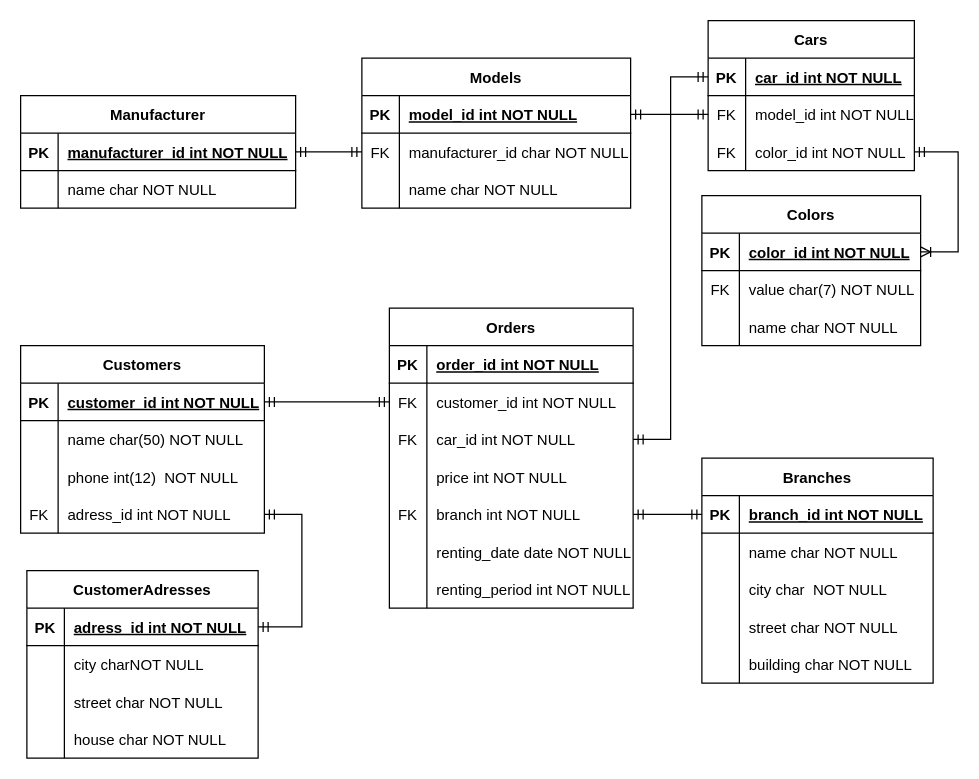
The draw.io diagram 03_databeses/12_er_diagram/DB_ER.drawio in Eretick/Nix_Education_Python_Stadnik, before the edit. Source tidied: cells renumbered, new cells numbered last; positions are measured from the earlier drawing's top-left corner, leaving out a move shared by most shapes. Both pictures are drawn from the tidied source at 125%, with x=0, y=0 at pixel (20, 20).
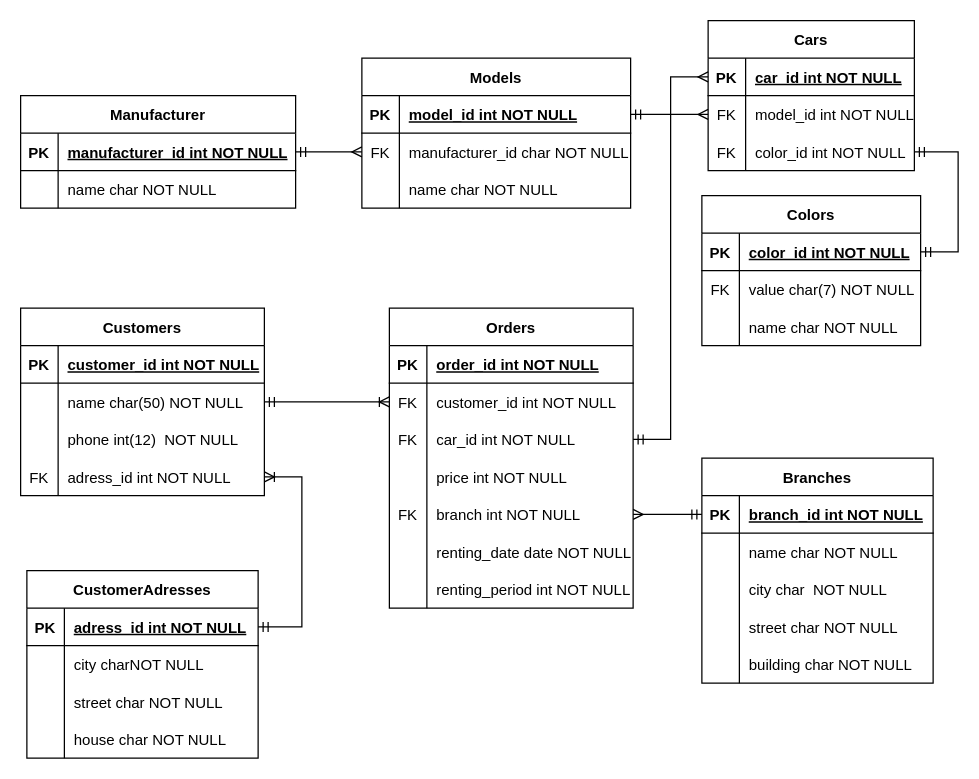
The same page after the edit.

Commit message:
Fix diagram relations

The change refers to these unchanged cells:
```xml
<mxCell id="6" style="shape=partialRectangle;fillColor=none;points=[[0,0.5],[1,0.5]];portConstraint=eastwest;top=0;left=0;right=0;bottom=0;" parent="2" vertex="1">
  <mxGeometry y="60" width="195" height="30" as="geometry" />
</mxCell>
<mxCell id="9" style="shape=partialRectangle;fillColor=none;points=[[0,0.5],[1,0.5]];portConstraint=eastwest;top=0;left=0;right=0;bottom=0;" parent="2" vertex="1">
  <mxGeometry y="90" width="195" height="30" as="geometry" />
</mxCell>
<mxCell id="15" style="shape=partialRectangle;fillColor=none;points=[[0,0.5],[1,0.5]];portConstraint=eastwest;top=0;left=0;right=0;bottom=0;" parent="2" vertex="1">
  <mxGeometry y="150" width="195" height="30" as="geometry" />
</mxCell>
<mxCell id="25" style="shape=partialRectangle;fillColor=none;points=[[0,0.5],[1,0.5]];portConstraint=eastwest;top=0;left=0;right=0;bottom=1;" parent="24" vertex="1">
  <mxGeometry y="30" width="165" height="30" as="geometry" />
</mxCell>
<mxCell id="28" style="shape=partialRectangle;fillColor=none;points=[[0,0.5],[1,0.5]];portConstraint=eastwest;top=0;left=0;right=0;bottom=0;" parent="24" vertex="1">
  <mxGeometry y="60" width="165" height="30" as="geometry" />
</mxCell>
<mxCell id="31" style="shape=partialRectangle;fillColor=none;points=[[0,0.5],[1,0.5]];portConstraint=eastwest;top=0;left=0;right=0;bottom=0;" parent="24" vertex="1">
  <mxGeometry y="90" width="165" height="30" as="geometry" />
</mxCell>
<mxCell id="35" style="shape=partialRectangle;fillColor=none;points=[[0,0.5],[1,0.5]];portConstraint=eastwest;top=0;left=0;right=0;bottom=1;" parent="34" vertex="1">
  <mxGeometry y="30" width="195" height="30" as="geometry" />
</mxCell>
<mxCell id="44" style="shape=partialRectangle;fillColor=none;points=[[0,0.5],[1,0.5]];portConstraint=eastwest;top=0;left=0;right=0;bottom=0;" parent="34" vertex="1">
  <mxGeometry y="120" width="195" height="30" as="geometry" />
</mxCell>
<mxCell id="48" style="shape=partialRectangle;fillColor=none;points=[[0,0.5],[1,0.5]];portConstraint=eastwest;top=0;left=0;right=0;bottom=1;" parent="47" vertex="1">
  <mxGeometry y="30" width="185" height="30" as="geometry" />
</mxCell>
<mxCell id="64" style="shape=partialRectangle;fillColor=none;points=[[0,0.5],[1,0.5]];portConstraint=eastwest;top=0;left=0;right=0;bottom=1;" parent="63" vertex="1">
  <mxGeometry y="30" width="185" height="30" as="geometry" />
</mxCell>
<mxCell id="77" style="shape=partialRectangle;fillColor=none;points=[[0,0.5],[1,0.5]];portConstraint=eastwest;top=0;left=0;right=0;bottom=1;" parent="76" vertex="1">
  <mxGeometry y="30" width="175" height="30" as="geometry" />
</mxCell>
<mxCell id="87" style="shape=partialRectangle;fillColor=none;points=[[0,0.5],[1,0.5]];portConstraint=eastwest;top=0;left=0;right=0;bottom=1;" parent="86" vertex="1">
  <mxGeometry y="30" width="215" height="30" as="geometry" />
</mxCell>
<mxCell id="90" style="shape=partialRectangle;fillColor=none;points=[[0,0.5],[1,0.5]];portConstraint=eastwest;top=0;left=0;right=0;bottom=0;" parent="86" vertex="1">
  <mxGeometry y="60" width="215" height="30" as="geometry" />
</mxCell>
<mxCell id="97" style="shape=partialRectangle;fillColor=none;points=[[0,0.5],[1,0.5]];portConstraint=eastwest;top=0;left=0;right=0;bottom=1;" parent="96" vertex="1">
  <mxGeometry y="30" width="220" height="30" as="geometry" />
</mxCell>
```

Change to the diagram source:
```diff
@@
-<mxGraphModel background="#ffffff">
+<mxGraphModel>
@@
     <mxCell id="34" value="Customers" style="shape=table;startSize=30;childLayout=tableLayout;rowLines=0;fontStyle=1;align=center;" parent="1" vertex="1">
-      <mxGeometry y="260" width="195" height="150" as="geometry" />
+      <mxGeometry y="230" width="195" height="150" as="geometry" />
     </mxCell>
@@
-    <mxCell id="103" style="edgeStyle=entityRelationEdgeStyle;fontSize=12;html=1;endArrow=ERoneToMany;startArrow=ERmandOne;rounded=0;" parent="1" edge="1" source="31" target="77">
+    <mxCell id="103" style="edgeStyle=entityRelationEdgeStyle;fontSize=12;html=1;endArrow=ERmandOne;startArrow=ERmandOne;rounded=0;endFill=0;" parent="1" edge="1" source="31" target="77">
       <mxGeometry relative="1" as="geometry" />
     </mxCell>
-    <mxCell id="104" style="edgeStyle=entityRelationEdgeStyle;fontSize=12;html=1;endArrow=ERmandOne;startArrow=ERmandOne;rounded=0;" parent="1" edge="1" source="97" target="90">
+    <mxCell id="104" style="edgeStyle=entityRelationEdgeStyle;fontSize=12;html=1;endArrow=ERmany;startArrow=ERmandOne;rounded=0;endFill=0;" parent="1" edge="1" source="97" target="90">
       <mxGeometry relative="1" as="geometry" />
     </mxCell>
-    <mxCell id="105" style="edgeStyle=entityRelationEdgeStyle;fontSize=12;html=1;endArrow=ERmandOne;startArrow=ERmandOne;rounded=0;" parent="1" edge="1" source="87" target="28">
-      <mxGeometry relative="1" as="geometry" />
-    </mxCell>
-    <mxCell id="106" style="edgeStyle=entityRelationEdgeStyle;fontSize=12;html=1;endArrow=ERmandOne;startArrow=ERmandOne;rounded=0;" parent="1" edge="1" source="25" target="9">
+    <mxCell id="106" style="edgeStyle=entityRelationEdgeStyle;fontSize=12;html=1;endArrow=ERmany;startArrow=ERmandOne;rounded=0;endFill=0;" parent="1" edge="1" source="9" target="25">
       <mxGeometry relative="1" as="geometry" />
     </mxCell>
-    <mxCell id="107" style="edgeStyle=entityRelationEdgeStyle;fontSize=12;html=1;endArrow=ERmandOne;startArrow=ERmandOne;rounded=0;" parent="1" edge="1" source="48" target="15">
+    <mxCell id="107" style="edgeStyle=entityRelationEdgeStyle;fontSize=12;html=1;endArrow=ERmany;startArrow=ERmandOne;rounded=0;endFill=0;" parent="1" edge="1" source="48" target="15">
       <mxGeometry relative="1" as="geometry" />
     </mxCell>
-    <mxCell id="108" style="edgeStyle=entityRelationEdgeStyle;fontSize=12;html=1;endArrow=ERmandOne;startArrow=ERmandOne;rounded=0;" parent="1" edge="1" source="6" target="35">
+    <mxCell id="108" style="edgeStyle=entityRelationEdgeStyle;fontSize=12;html=1;endArrow=ERoneToMany;startArrow=ERmandOne;rounded=0;endFill=0;" parent="1" edge="1" source="34" target="6">
       <mxGeometry relative="1" as="geometry" />
     </mxCell>
-    <mxCell id="109" style="edgeStyle=entityRelationEdgeStyle;fontSize=12;html=1;endArrow=ERmandOne;startArrow=ERmandOne;rounded=0;" parent="1" edge="1" source="64" target="44">
+    <mxCell id="109" style="edgeStyle=entityRelationEdgeStyle;fontSize=12;html=1;endArrow=ERoneToMany;startArrow=ERmandOne;rounded=0;endFill=0;" parent="1" edge="1" source="64" target="44">
       <mxGeometry relative="1" as="geometry" />
     </mxCell>
+    <mxCell id="105" style="edgeStyle=entityRelationEdgeStyle;fontSize=12;html=1;endArrow=ERmany;startArrow=ERmandOne;rounded=0;endFill=0;" parent="1" edge="1" source="87" target="28">
+      <mxGeometry relative="1" as="geometry" />
+    </mxCell>
```
